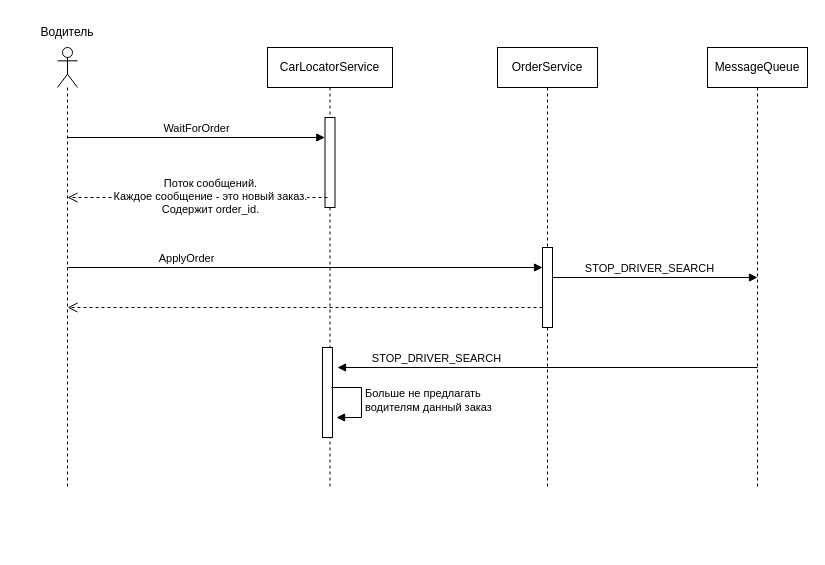
Earlier version of the draw.io diagram hw-07/diagrams/drawio/apply_order_seq.drawio (vpiatukhou/otus-msa-homeworks). Source tidied: cells renumbered, new cells numbered last; positions are measured from the earlier drawing's top-left corner, leaving out a move shared by most shapes. Both pictures are drawn from the tidied source at 100%, with x=0, y=0 at pixel (37, 17).
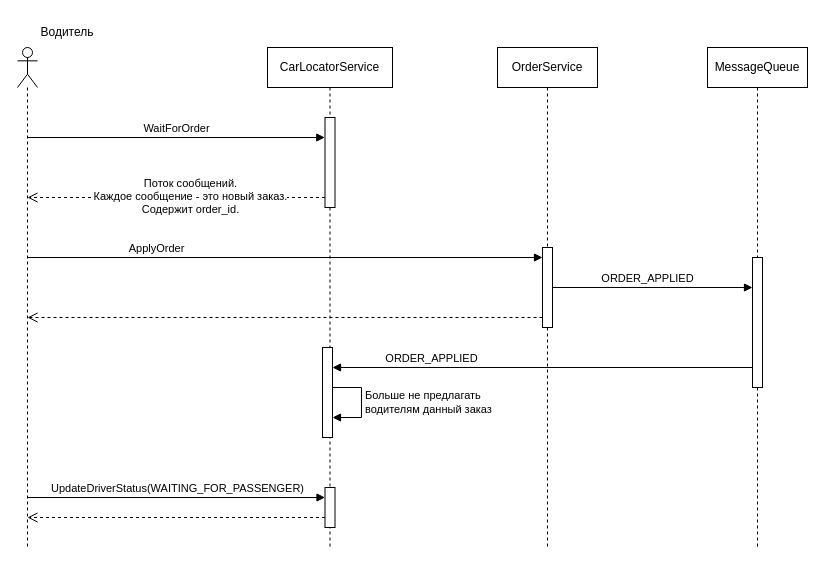
The same diagram, later.

Unchanged cells that the change refers to:
```xml
<mxCell id="5" style="html=1;points=[[0,0,0,0,5],[0,1,0,0,-5],[1,0,0,0,5],[1,1,0,0,-5]];perimeter=orthogonalPerimeter;outlineConnect=0;targetShapes=umlLifeline;portConstraint=eastwest;newEdgeStyle={&quot;curved&quot;:0,&quot;rounded&quot;:0};" parent="4" vertex="1">
  <mxGeometry x="45" y="200" width="10" height="80" as="geometry" />
</mxCell>
<mxCell id="9" style="html=1;points=[[0,0,0,0,5],[0,1,0,0,-5],[1,0,0,0,5],[1,1,0,0,-5]];perimeter=orthogonalPerimeter;outlineConnect=0;targetShapes=umlLifeline;portConstraint=eastwest;newEdgeStyle={&quot;curved&quot;:0,&quot;rounded&quot;:0};" parent="7" vertex="1">
  <mxGeometry x="55" y="300" width="10" height="90" as="geometry" />
</mxCell>
```

Diff of the diagram source:
```diff
@@
     <mxCell id="2" style="shape=umlLifeline;perimeter=lifelinePerimeter;whiteSpace=wrap;html=1;outlineConnect=0;portConstraint=eastwest;newEdgeStyle={&quot;curved&quot;:0,&quot;rounded&quot;:0};participant=umlActor;" parent="1" vertex="1">
-      <mxGeometry x="20" y="30" width="20" height="440" as="geometry" />
+      <mxGeometry x="-20" y="30" width="20" height="500" as="geometry" />
     </mxCell>
@@
     <mxCell id="4" value="OrderService" style="shape=umlLifeline;perimeter=lifelinePerimeter;whiteSpace=wrap;html=1;newEdgeStyle={&quot;curved&quot;:0,&quot;rounded&quot;:0};" parent="1" vertex="1">
-      <mxGeometry x="460" y="30" width="100" height="440" as="geometry" />
+      <mxGeometry x="460" y="30" width="100" height="500" as="geometry" />
     </mxCell>
@@
     <mxCell id="6" value="MessageQueue" style="shape=umlLifeline;perimeter=lifelinePerimeter;whiteSpace=wrap;html=1;newEdgeStyle={&quot;curved&quot;:0,&quot;rounded&quot;:0};" parent="1" vertex="1">
-      <mxGeometry x="670" y="30" width="100" height="440" as="geometry" />
+      <mxGeometry x="670" y="30" width="100" height="500" as="geometry" />
     </mxCell>
+    <mxCell id="18" style="html=1;points=[[0,0,0,0,5],[0,1,0,0,-5],[1,0,0,0,5],[1,1,0,0,-5]];perimeter=orthogonalPerimeter;outlineConnect=0;targetShapes=umlLifeline;portConstraint=eastwest;newEdgeStyle={&quot;curved&quot;:0,&quot;rounded&quot;:0};" parent="6" vertex="1">
+      <mxGeometry x="45" y="210" width="10" height="130" as="geometry" />
+    </mxCell>
     <mxCell id="7" value="CarLocatorService" style="shape=umlLifeline;perimeter=lifelinePerimeter;whiteSpace=wrap;html=1;newEdgeStyle={&quot;curved&quot;:0,&quot;rounded&quot;:0};" parent="1" vertex="1">
-      <mxGeometry x="230" y="30" width="125" height="440" as="geometry" />
+      <mxGeometry x="230" y="30" width="125" height="500" as="geometry" />
     </mxCell>
@@
-    <mxCell id="10" value="Больше не предлагать&lt;br&gt;водителям данный заказ" style="html=1;align=left;spacingLeft=2;endArrow=block;rounded=0;edgeStyle=orthogonalEdgeStyle;curved=0;rounded=0;" parent="7" edge="1">
+    <mxCell id="10" value="Больше не предлагать&lt;br&gt;водителям данный заказ" style="html=1;align=left;spacingLeft=2;endArrow=block;rounded=0;edgeStyle=orthogonalEdgeStyle;curved=0;rounded=0;" parent="7" edge="1" source="9" target="9">
       <mxGeometry relative="1" as="geometry">
-        <mxPoint x="64" y="340" as="sourcePoint" />
-        <mxPoint x="69" y="370" as="targetPoint" />
         <Array as="points">
+          <mxPoint x="94" y="340" />
           <mxPoint x="94" y="370" />
         </Array>
       </mxGeometry>
     </mxCell>
+    <mxCell id="19" style="html=1;points=[[0,0,0,0,5],[0,1,0,0,-5],[1,0,0,0,5],[1,1,0,0,-5]];perimeter=orthogonalPerimeter;outlineConnect=0;targetShapes=umlLifeline;portConstraint=eastwest;newEdgeStyle={&quot;curved&quot;:0,&quot;rounded&quot;:0};" parent="7" vertex="1">
+      <mxGeometry x="57.5" y="440" width="10" height="40" as="geometry" />
+    </mxCell>
-    <mxCell id="11" value="ApplyOrder" style="html=1;verticalAlign=bottom;endArrow=block;curved=0;rounded=0;" parent="1" edge="1" target="5">
+    <mxCell id="11" value="ApplyOrder" style="html=1;verticalAlign=bottom;endArrow=block;curved=0;rounded=0;" parent="1" edge="1">
       <mxGeometry x="-0.5" relative="1" as="geometry">
-        <mxPoint x="30" y="250" as="sourcePoint" />
+        <mxPoint x="-10" y="240" as="sourcePoint" />
+        <mxPoint x="505" y="240" as="targetPoint" />
       </mxGeometry>
     </mxCell>
-    <mxCell id="12" value="STOP_DRIVER_SEARCH" style="html=1;verticalAlign=bottom;endArrow=block;curved=0;rounded=0;" parent="1" edge="1" source="5">
-      <mxGeometry x="-0.05" relative="1" as="geometry">
-        <mxPoint x="720" y="260" as="targetPoint" />
-      </mxGeometry>
+    <mxCell id="12" value="ORDER_APPLIED" style="html=1;verticalAlign=bottom;endArrow=block;curved=0;rounded=0;" parent="1" edge="1" source="5" target="18">
+      <mxGeometry x="-0.05" relative="1" as="geometry" />
     </mxCell>
-    <mxCell id="13" value="STOP_DRIVER_SEARCH" style="html=1;verticalAlign=bottom;endArrow=block;curved=0;rounded=0;" parent="1" edge="1">
+    <mxCell id="13" value="ORDER_APPLIED" style="html=1;verticalAlign=bottom;endArrow=block;curved=0;rounded=0;" parent="1" edge="1">
       <mxGeometry x="0.53" relative="1" as="geometry">
-        <mxPoint x="720" y="350" as="sourcePoint" />
-        <mxPoint x="300" y="350" as="targetPoint" />
+        <mxPoint x="715" y="350" as="sourcePoint" />
+        <mxPoint x="295" y="350" as="targetPoint" />
       </mxGeometry>
     </mxCell>
-    <mxCell id="14" style="html=1;verticalAlign=bottom;endArrow=open;dashed=1;endSize=8;curved=0;rounded=0;" parent="1" edge="1" source="5">
+    <mxCell id="14" style="html=1;verticalAlign=bottom;endArrow=open;dashed=1;endSize=8;curved=0;rounded=0;" parent="1" edge="1">
       <mxGeometry relative="1" as="geometry">
-        <mxPoint x="30" y="290" as="targetPoint" />
+        <mxPoint x="505" y="300" as="sourcePoint" />
+        <mxPoint x="-10" y="300" as="targetPoint" />
       </mxGeometry>
     </mxCell>
-    <mxCell id="15" value="WaitForOrder" style="html=1;verticalAlign=bottom;endArrow=block;curved=0;rounded=0;" parent="1" edge="1">
+    <mxCell id="15" value="WaitForOrder" style="html=1;verticalAlign=bottom;endArrow=block;curved=0;rounded=0;" parent="1" edge="1" source="2">
       <mxGeometry relative="1" as="geometry">
-        <mxPoint x="30" y="120" as="sourcePoint" />
         <mxPoint x="287.3" y="120" as="targetPoint" />
       </mxGeometry>
     </mxCell>
     <mxCell id="16" style="html=1;verticalAlign=bottom;endArrow=open;dashed=1;endSize=8;curved=0;rounded=0;" parent="1" edge="1">
       <mxGeometry relative="1" as="geometry">
-        <mxPoint x="290" y="180" as="sourcePoint" />
-        <mxPoint x="30" y="180" as="targetPoint" />
+        <mxPoint x="287.5" y="180" as="sourcePoint" />
+        <mxPoint x="-10" y="180" as="targetPoint" />
       </mxGeometry>
     </mxCell>
@@
+    <mxCell id="20" value="UpdateDriverStatus(WAITING_FOR_PASSENGER)" style="html=1;verticalAlign=bottom;endArrow=block;curved=0;rounded=0;" parent="1" edge="1">
+      <mxGeometry x="0.01" relative="1" as="geometry">
+        <mxPoint x="-10" y="480" as="sourcePoint" />
+        <mxPoint x="287.5" y="480" as="targetPoint" />
+      </mxGeometry>
+    </mxCell>
+    <mxCell id="21" style="html=1;verticalAlign=bottom;endArrow=open;dashed=1;endSize=8;curved=0;rounded=0;" parent="1" edge="1" source="19">
+      <mxGeometry relative="1" as="geometry">
+        <mxPoint x="-10" y="500" as="targetPoint" />
+      </mxGeometry>
+    </mxCell>
```
